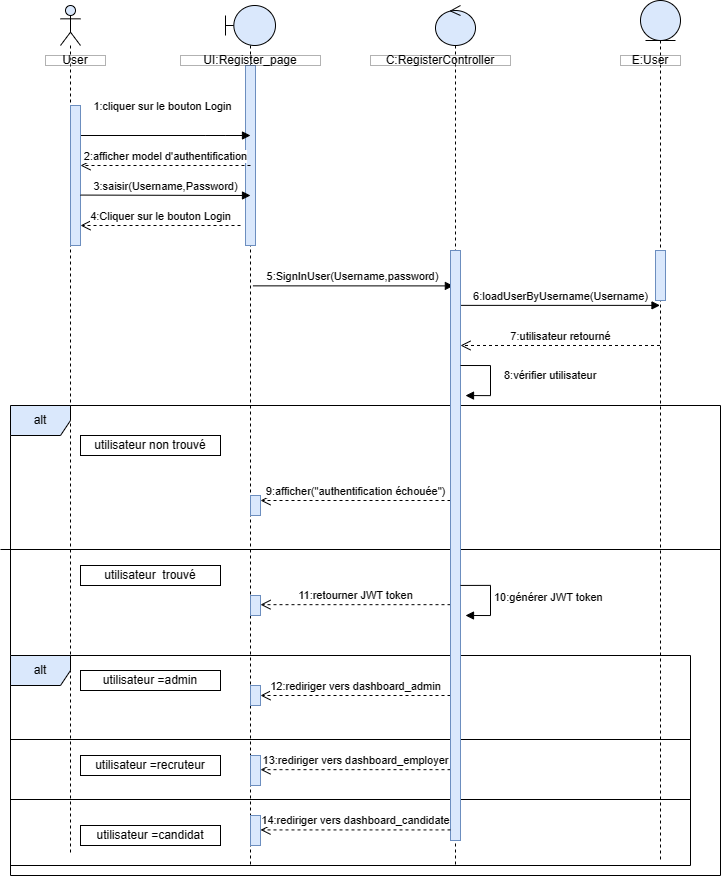
This is Diagramme sequence inscription.drawio.png from chirine1/-project, a draw.io export, as it was before one commit. Source tidied: cells renumbered, new cells last; positions are measured from the earlier drawing's top-left corner, leaving out a move shared by most shapes.
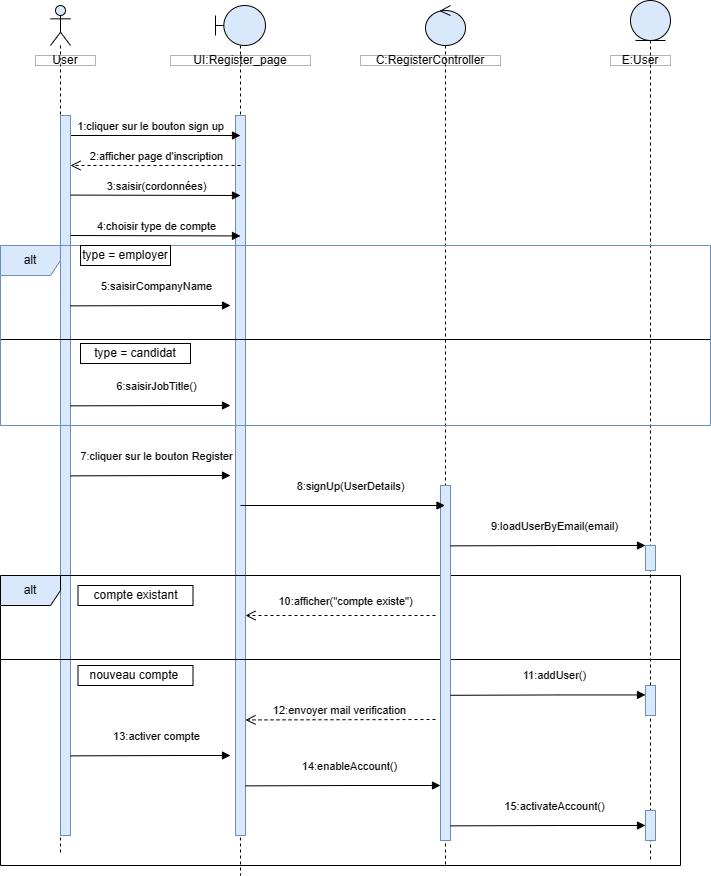
Later version of the same file.

Commit message:
Mettre à jour Diagramme sequence inscription.drawio.png

The edit, as a diff of the source:
```diff
@@ -3,25 +3,28 @@
     <mxCell id="0" />
     <mxCell id="1" parent="0" />
     <mxCell id="2" style="shape=umlLifeline;perimeter=lifelinePerimeter;whiteSpace=wrap;html=1;outlineConnect=0;portConstraint=eastwest;newEdgeStyle={&quot;curved&quot;:0,&quot;rounded&quot;:0};participant=umlBoundary;fillColor=#dae8fc;strokeColor=default;" parent="1" vertex="1">
-      <mxGeometry x="225" y="5" width="50" height="860" as="geometry" />
+      <mxGeometry x="225" y="5" width="50" height="870" as="geometry" />
     </mxCell>
     <mxCell id="3" style="html=1;perimeter=orthogonalPerimeter;targetShapes=umlLifeline;newEdgeStyle={&quot;curved&quot;:0,&quot;rounded&quot;:0};fillColor=#dae8fc;strokeColor=#6c8ebf;" parent="2" vertex="1">
-      <mxGeometry x="20" y="60" width="10" height="180" as="geometry" />
+      <mxGeometry x="20" y="110" width="10" height="720" as="geometry" />
     </mxCell>
     <mxCell id="4" style="shape=umlLifeline;perimeter=lifelinePerimeter;whiteSpace=wrap;html=1;outlineConnect=0;portConstraint=eastwest;newEdgeStyle={&quot;curved&quot;:0,&quot;rounded&quot;:0};participant=umlEntity;fillColor=#dae8fc;strokeColor=default;" parent="1" vertex="1">
       <mxGeometry x="640" width="40" height="860" as="geometry" />
     </mxCell>
-    <mxCell id="5" style="html=1;perimeter=orthogonalPerimeter;targetShapes=umlLifeline;newEdgeStyle={&quot;curved&quot;:0,&quot;rounded&quot;:0};fillColor=#dae8fc;strokeColor=#6c8ebf;" parent="4" vertex="1">
-      <mxGeometry x="15" y="250" width="10" height="50" as="geometry" />
-    </mxCell>
+    <mxCell id="44" style="html=1;perimeter=orthogonalPerimeter;targetShapes=umlLifeline;newEdgeStyle={&quot;curved&quot;:0,&quot;rounded&quot;:0};fillColor=#dae8fc;strokeColor=#6c8ebf;" parent="4" vertex="1">
+      <mxGeometry x="15" y="545" width="10" height="25" as="geometry" />
+    </mxCell>
+    <mxCell id="27" style="html=1;perimeter=orthogonalPerimeter;targetShapes=umlLifeline;newEdgeStyle={&quot;curved&quot;:0,&quot;rounded&quot;:0};fillColor=#dae8fc;strokeColor=#6c8ebf;" parent="4" vertex="1">
+      <mxGeometry x="15" y="685" width="10" height="30" as="geometry" />
+    </mxCell>
     <mxCell id="6" style="shape=umlLifeline;perimeter=lifelinePerimeter;whiteSpace=wrap;html=1;outlineConnect=0;portConstraint=eastwest;newEdgeStyle={&quot;curved&quot;:0,&quot;rounded&quot;:0};participant=umlControl;fillColor=#dae8fc;strokeColor=default;" parent="1" vertex="1">
       <mxGeometry x="435" y="5" width="40" height="860" as="geometry" />
     </mxCell>
     <mxCell id="7" style="shape=umlLifeline;perimeter=lifelinePerimeter;whiteSpace=wrap;html=1;newEdgeStyle={&quot;curved&quot;:0,&quot;rounded&quot;:0};participant=umlActor;fillColor=#dae8fc;strokeColor=default;" parent="1" vertex="1">
       <mxGeometry x="60" y="5" width="20" height="850" as="geometry" />
     </mxCell>
-    <mxCell id="8" value="1:cliquer sur le bouton Login" style="html=1;verticalAlign=bottom;endArrow=block;curved=0;rounded=0;" parent="1" edge="1">
-      <mxGeometry x="-0.03" y="20" relative="1" as="geometry">
+    <mxCell id="8" value="1:cliquer sur le bouton sign up" style="html=1;verticalAlign=bottom;endArrow=block;curved=0;rounded=0;" parent="1" edge="1">
+      <mxGeometry x="-0.06" relative="1" as="geometry">
         <mxPoint x="80" y="135" as="sourcePoint" />
         <mxPoint x="250" y="135" as="targetPoint" />
         <Array as="points">
@@ -31,55 +34,43 @@
       </mxGeometry>
     </mxCell>
     <mxCell id="9" style="html=1;perimeter=orthogonalPerimeter;targetShapes=umlLifeline;newEdgeStyle={&quot;curved&quot;:0,&quot;rounded&quot;:0};fillColor=#dae8fc;strokeColor=#6c8ebf;" parent="1" vertex="1">
-      <mxGeometry x="70" y="105" width="10" height="140" as="geometry" />
+      <mxGeometry x="70" y="115" width="10" height="720" as="geometry" />
     </mxCell>
-    <mxCell id="10" value="2:afficher model d'authentification" style="html=1;verticalAlign=bottom;endArrow=open;dashed=1;endSize=8;curved=0;rounded=0;" parent="1" edge="1">
+    <mxCell id="10" value="2:afficher page d'inscription" style="html=1;verticalAlign=bottom;endArrow=open;dashed=1;endSize=8;curved=0;rounded=0;" parent="1" edge="1">
       <mxGeometry relative="1" as="geometry">
         <mxPoint x="250" y="165" as="sourcePoint" />
         <mxPoint x="80" y="165" as="targetPoint" />
       </mxGeometry>
     </mxCell>
-    <mxCell id="11" value="3:saisir(Username,Password)" style="html=1;verticalAlign=bottom;endArrow=block;curved=0;rounded=0;" parent="1" edge="1">
+    <mxCell id="11" value="3:saisir(cordonnées)" style="html=1;verticalAlign=bottom;endArrow=block;curved=0;rounded=0;" parent="1" edge="1">
       <mxGeometry relative="1" as="geometry">
         <mxPoint x="80" y="194.6" as="sourcePoint" />
         <mxPoint x="250" y="195" as="targetPoint" />
       </mxGeometry>
     </mxCell>
-    <mxCell id="12" value="4:Cliquer sur le bouton Login" style="html=1;verticalAlign=bottom;endArrow=open;dashed=1;endSize=8;curved=0;rounded=0;" parent="1" edge="1">
-      <mxGeometry relative="1" as="geometry">
-        <mxPoint x="240" y="225" as="sourcePoint" />
-        <mxPoint x="80" y="225" as="targetPoint" />
-      </mxGeometry>
-    </mxCell>
-    <mxCell id="13" value="6:loadUserByUsername(Username)" style="html=1;verticalAlign=bottom;endArrow=block;curved=0;rounded=0;exitX=1;exitY=0.093;exitDx=0;exitDy=0;exitPerimeter=0;" parent="1" edge="1" source="40" target="4">
-      <mxGeometry relative="1" as="geometry" />
-    </mxCell>
-    <mxCell id="14" value="7:utilisateur retourné" style="html=1;verticalAlign=bottom;endArrow=open;dashed=1;endSize=8;curved=0;rounded=0;entryX=1;entryY=0.161;entryDx=0;entryDy=0;entryPerimeter=0;" parent="1" edge="1" source="4" target="40">
-      <mxGeometry relative="1" as="geometry" />
-    </mxCell>
-    <mxCell id="15" value="alt" style="shape=umlFrame;whiteSpace=wrap;html=1;fillColor=#dae8fc;strokeColor=default;" parent="1" vertex="1">
-      <mxGeometry x="10" y="405" width="710" height="470" as="geometry" />
-    </mxCell>
-    <mxCell id="16" value="9:afficher(&quot;authentification échouée&quot;)" style="html=1;verticalAlign=bottom;endArrow=open;dashed=1;endSize=8;curved=0;rounded=0;entryX=1;entryY=0;entryDx=0;entryDy=5;entryPerimeter=0;" parent="1" edge="1" source="40" target="17">
-      <mxGeometry relative="1" as="geometry" />
+    <mxCell id="16" value="10:afficher(&quot;compte existe&quot;)" style="html=1;verticalAlign=bottom;endArrow=open;dashed=1;endSize=8;curved=0;rounded=0;entryX=1;entryY=0;entryDx=0;entryDy=5;entryPerimeter=0;" parent="1" edge="1">
+      <mxGeometry x="-0.05" y="-5" relative="1" as="geometry">
+        <mxPoint x="445" y="615" as="sourcePoint" />
+        <mxPoint x="255" y="615" as="targetPoint" />
+      </mxGeometry>
     </mxCell>
-    <mxCell id="17" style="html=1;points=[[0,0,0,0,5],[0,1,0,0,-5],[1,0,0,0,5],[1,1,0,0,-5]];perimeter=orthogonalPerimeter;outlineConnect=0;targetShapes=umlLifeline;portConstraint=eastwest;newEdgeStyle={&quot;curved&quot;:0,&quot;rounded&quot;:0};fillColor=#dae8fc;strokeColor=#6c8ebf;" parent="1" vertex="1">
-      <mxGeometry x="250" y="495" width="10" height="20" as="geometry" />
-    </mxCell>
     <mxCell id="18" value="alt" style="shape=umlFrame;whiteSpace=wrap;html=1;fillColor=#dae8fc;strokeColor=default;" parent="1" vertex="1">
-      <mxGeometry x="10" y="655" width="680" height="210" as="geometry" />
+      <mxGeometry x="10" y="575" width="680" height="290" as="geometry" />
     </mxCell>
     <mxCell id="19" style="line;strokeWidth=1;fillColor=none;align=left;verticalAlign=middle;spacingTop=-1;spacingLeft=3;spacingRight=3;labelPosition=right;strokeColor=inherit;" parent="1" vertex="1">
-      <mxGeometry y="545" width="720" height="8" as="geometry" />
+      <mxGeometry x="10" y="335" width="710" height="8" as="geometry" />
     </mxCell>
     <mxCell id="20" style="line;strokeWidth=1;fillColor=none;align=left;verticalAlign=middle;spacingTop=-1;spacingLeft=3;spacingRight=3;labelPosition=right;strokeColor=inherit;" parent="1" vertex="1">
-      <mxGeometry x="10" y="735" width="680" height="8" as="geometry" />
+      <mxGeometry x="10" y="575" width="680" height="168" as="geometry" />
     </mxCell>
-    <mxCell id="21" style="line;strokeWidth=1;fillColor=none;align=left;verticalAlign=middle;spacingTop=-1;spacingLeft=3;spacingRight=3;labelPosition=right;strokeColor=inherit;" parent="1" vertex="1">
-      <mxGeometry x="10" y="795" width="680" height="8" as="geometry" />
-    </mxCell>
-    <mxCell id="22" value="5:SignInUser(Username,password)" style="html=1;verticalAlign=bottom;endArrow=block;curved=0;rounded=0;exitX=0.548;exitY=0.326;exitDx=0;exitDy=0;exitPerimeter=0;entryX=0.288;entryY=0.06;entryDx=0;entryDy=0;entryPerimeter=0;" parent="1" edge="1" source="2" target="40">
-      <mxGeometry relative="1" as="geometry" />
+    <mxCell id="22" value="5:saisirCompanyName" style="html=1;verticalAlign=bottom;endArrow=block;curved=0;rounded=0;exitX=0.548;exitY=0.326;exitDx=0;exitDy=0;exitPerimeter=0;" parent="1" edge="1">
+      <mxGeometry x="0.07" y="10" relative="1" as="geometry">
+        <mxPoint x="80" y="305.4" as="sourcePoint" />
+        <mxPoint x="240" y="305" as="targetPoint" />
+        <Array as="points">
+          <mxPoint x="187.6" y="305" />
+        </Array>
+      </mxGeometry>
     </mxCell>
     <mxCell id="23" style="html=1;verticalAlign=bottom;endArrow=open;dashed=1;endSize=8;curved=0;rounded=0;entryX=1;entryY=0;entryDx=0;entryDy=5;entryPerimeter=0;" parent="1" edge="1">
       <mxGeometry relative="1" as="geometry">
@@ -87,31 +78,12 @@
         <mxPoint x="260" y="625" as="targetPoint" />
       </mxGeometry>
     </mxCell>
-    <mxCell id="24" style="html=1;perimeter=orthogonalPerimeter;targetShapes=umlLifeline;newEdgeStyle={&quot;curved&quot;:0,&quot;rounded&quot;:0};fillColor=#dae8fc;strokeColor=#6c8ebf;" parent="1" vertex="1">
-      <mxGeometry x="250" y="595" width="10" height="20" as="geometry" />
-    </mxCell>
-    <mxCell id="25" value="11:retourner JWT token" style="html=1;verticalAlign=bottom;endArrow=open;dashed=1;endSize=8;curved=0;rounded=0;" parent="1" edge="1" source="40">
-      <mxGeometry relative="1" as="geometry">
-        <mxPoint x="260" y="604.2" as="targetPoint" />
-      </mxGeometry>
-    </mxCell>
-    <mxCell id="26" style="html=1;points=[[0,0,0,0,5],[0,1,0,0,-5],[1,0,0,0,5],[1,1,0,0,-5]];perimeter=orthogonalPerimeter;outlineConnect=0;targetShapes=umlLifeline;portConstraint=eastwest;newEdgeStyle={&quot;curved&quot;:0,&quot;rounded&quot;:0};fillColor=#dae8fc;strokeColor=#6c8ebf;" parent="1" vertex="1">
-      <mxGeometry x="250" y="685" width="10" height="20" as="geometry" />
-    </mxCell>
-    <mxCell id="27" style="html=1;perimeter=orthogonalPerimeter;targetShapes=umlLifeline;newEdgeStyle={&quot;curved&quot;:0,&quot;rounded&quot;:0};fillColor=#dae8fc;strokeColor=#6c8ebf;" parent="1" vertex="1">
-      <mxGeometry x="250" y="755" width="10" height="30" as="geometry" />
-    </mxCell>
-    <mxCell id="28" style="html=1;perimeter=orthogonalPerimeter;targetShapes=umlLifeline;newEdgeStyle={&quot;curved&quot;:0,&quot;rounded&quot;:0};fillColor=#dae8fc;strokeColor=#6c8ebf;" parent="1" vertex="1">
-      <mxGeometry x="250" y="815" width="10" height="30" as="geometry" />
-    </mxCell>
-    <mxCell id="29" value="12:rediriger vers dashboard_admin" style="html=1;verticalAlign=bottom;endArrow=open;dashed=1;endSize=8;curved=0;rounded=0;entryX=1;entryY=0.5;entryDx=0;entryDy=0;entryPerimeter=0;" parent="1" edge="1" source="40" target="26">
-      <mxGeometry relative="1" as="geometry" />
+    <mxCell id="29" value="12:envoyer mail verification" style="html=1;verticalAlign=bottom;endArrow=open;dashed=1;endSize=8;curved=0;rounded=0;entryX=1;entryY=0.5;entryDx=0;entryDy=0;entryPerimeter=0;" parent="1" edge="1">
+      <mxGeometry relative="1" as="geometry">
+        <mxPoint x="445" y="719" as="sourcePoint" />
+        <mxPoint x="255" y="719.4" as="targetPoint" />
+      </mxGeometry>
     </mxCell>
-    <mxCell id="30" value="13:rediriger vers dashboard_employer" style="html=1;verticalAlign=bottom;endArrow=open;dashed=1;endSize=8;curved=0;rounded=0;" parent="1" edge="1" source="40">
-      <mxGeometry relative="1" as="geometry">
-        <mxPoint x="260" y="769.2" as="targetPoint" />
-      </mxGeometry>
-    </mxCell>
     <mxCell id="31" value="User" style="html=1;whiteSpace=wrap;opacity=30;gradientColor=none;fillColor=default;fillStyle=auto;rounded=0;" parent="1" vertex="1">
       <mxGeometry x="45" y="55" width="60" height="10" as="geometry" />
     </mxCell>
@@ -124,46 +96,103 @@
     <mxCell id="34" value="E:User" style="html=1;whiteSpace=wrap;opacity=30;gradientColor=none;fillColor=default;fillStyle=auto;rounded=0;" parent="1" vertex="1">
       <mxGeometry x="620" y="55" width="60" height="10" as="geometry" />
     </mxCell>
-    <mxCell id="35" value="utilisateur non trouvé" style="html=1;whiteSpace=wrap;gradientColor=none;fillColor=default;fillStyle=auto;rounded=0;" parent="1" vertex="1">
-      <mxGeometry x="80" y="435" width="140" height="20" as="geometry" />
+    <mxCell id="35" value="type = candidat" style="html=1;whiteSpace=wrap;gradientColor=none;fillColor=default;fillStyle=auto;rounded=0;" parent="1" vertex="1">
+      <mxGeometry x="90" y="343" width="110" height="20" as="geometry" />
     </mxCell>
-    <mxCell id="36" value="utilisateur&amp;nbsp; trouvé" style="html=1;whiteSpace=wrap;gradientColor=none;fillColor=default;fillStyle=auto;rounded=0;" parent="1" vertex="1">
-      <mxGeometry x="80" y="565" width="140" height="20" as="geometry" />
+    <mxCell id="36" value="compte existant" style="html=1;whiteSpace=wrap;gradientColor=none;fillColor=default;fillStyle=auto;rounded=0;" parent="1" vertex="1">
+      <mxGeometry x="87.5" y="585" width="115" height="20" as="geometry" />
     </mxCell>
-    <mxCell id="37" value="utilisateur =candidat" style="html=1;whiteSpace=wrap;gradientColor=none;fillColor=default;fillStyle=auto;rounded=0;" parent="1" vertex="1">
-      <mxGeometry x="80" y="825" width="140" height="20" as="geometry" />
-    </mxCell>
-    <mxCell id="38" value="utilisateur =recruteur" style="html=1;whiteSpace=wrap;gradientColor=none;fillColor=default;fillStyle=auto;rounded=0;" parent="1" vertex="1">
-      <mxGeometry x="80" y="755" width="140" height="20" as="geometry" />
-    </mxCell>
-    <mxCell id="39" value="utilisateur =admin" style="html=1;whiteSpace=wrap;gradientColor=none;fillColor=default;fillStyle=auto;rounded=0;" parent="1" vertex="1">
-      <mxGeometry x="80" y="670" width="140" height="20" as="geometry" />
-    </mxCell>
     <mxCell id="40" style="html=1;points=[[0,0,0,0,5],[0,1,0,0,-5],[1,0,0,0,5],[1,1,0,0,-5]];perimeter=orthogonalPerimeter;outlineConnect=0;targetShapes=umlLifeline;portConstraint=eastwest;newEdgeStyle={&quot;curved&quot;:0,&quot;rounded&quot;:0};fillColor=#dae8fc;strokeColor=#6c8ebf;" parent="1" vertex="1">
-      <mxGeometry x="450" y="250" width="10" height="590" as="geometry" />
+      <mxGeometry x="450" y="485" width="10" height="355" as="geometry" />
     </mxCell>
-    <mxCell id="41" value="14:rediriger vers dashboard_candidate" style="html=1;verticalAlign=bottom;endArrow=open;dashed=1;endSize=8;curved=0;rounded=0;" parent="1" edge="1" source="40">
-      <mxGeometry relative="1" as="geometry">
-        <mxPoint x="260" y="829.4" as="targetPoint" />
-      </mxGeometry>
-    </mxCell>
-    <mxCell id="42" value="10:générer JWT token" style="html=1;align=left;spacingLeft=2;endArrow=block;rounded=0;edgeStyle=orthogonalEdgeStyle;curved=0;rounded=0;" parent="1" edge="1">
-      <mxGeometry relative="1" as="geometry">
-        <mxPoint x="460" y="584.9" as="sourcePoint" />
-        <mxPoint x="465" y="615" as="targetPoint" />
-        <Array as="points">
-          <mxPoint x="490" y="614.9" />
-        </Array>
-      </mxGeometry>
-    </mxCell>
-    <mxCell id="43" value="8:vérifier utilisateur" style="html=1;align=left;spacingLeft=2;endArrow=block;rounded=0;edgeStyle=orthogonalEdgeStyle;curved=0;rounded=0;" parent="1" edge="1">
-      <mxGeometry x="-0.06" y="10" relative="1" as="geometry">
-        <mxPoint x="460" y="365" as="sourcePoint" />
-        <mxPoint x="465" y="395.1" as="targetPoint" />
-        <Array as="points">
-          <mxPoint x="490" y="395" />
-        </Array>
-      </mxGeometry>
-    </mxCell>
+    <mxCell id="45" value="4:choisir type de compte" style="html=1;verticalAlign=bottom;endArrow=block;curved=0;rounded=0;" parent="1" edge="1">
+      <mxGeometry relative="1" as="geometry">
+        <mxPoint x="80" y="235" as="sourcePoint" />
+        <mxPoint x="250" y="235.4" as="targetPoint" />
+      </mxGeometry>
+    </mxCell>
+    <mxCell id="15" value="alt" style="shape=umlFrame;whiteSpace=wrap;html=1;fillColor=#dae8fc;strokeColor=#6c8ebf;" parent="1" vertex="1">
+      <mxGeometry x="10" y="245" width="710" height="180" as="geometry" />
+    </mxCell>
+    <mxCell id="46" value="type = employer" style="html=1;whiteSpace=wrap;" parent="1" vertex="1">
+      <mxGeometry x="90" y="245" width="90" height="20" as="geometry" />
+    </mxCell>
+    <mxCell id="47" value="6:saisirJobTitle()" style="html=1;verticalAlign=bottom;endArrow=block;curved=0;rounded=0;exitX=0.548;exitY=0.326;exitDx=0;exitDy=0;exitPerimeter=0;" parent="1" edge="1">
+      <mxGeometry x="0.07" y="10" relative="1" as="geometry">
+        <mxPoint x="80" y="405.4" as="sourcePoint" />
+        <mxPoint x="240" y="405" as="targetPoint" />
+        <Array as="points">
+          <mxPoint x="187.6" y="405" />
+        </Array>
+      </mxGeometry>
+    </mxCell>
+    <mxCell id="48" value="7:cliquer sur le bouton Register" style="html=1;verticalAlign=bottom;endArrow=block;curved=0;rounded=0;exitX=0.548;exitY=0.326;exitDx=0;exitDy=0;exitPerimeter=0;" parent="1" edge="1">
+      <mxGeometry x="0.07" y="10" relative="1" as="geometry">
+        <mxPoint x="80" y="475.4" as="sourcePoint" />
+        <mxPoint x="240" y="475" as="targetPoint" />
+        <Array as="points">
+          <mxPoint x="187.6" y="475" />
+        </Array>
+      </mxGeometry>
+    </mxCell>
+    <mxCell id="49" value="8:signUp(UserDetails)" style="html=1;verticalAlign=bottom;endArrow=block;curved=0;rounded=0;" parent="1" edge="1" target="6">
+      <mxGeometry x="0.07" y="10" relative="1" as="geometry">
+        <mxPoint x="250" y="505" as="sourcePoint" />
+        <Array as="points">
+          <mxPoint x="367.6" y="505" />
+        </Array>
+      </mxGeometry>
+    </mxCell>
+    <mxCell id="50" value="9:loadUserByEmail(email)" style="html=1;verticalAlign=bottom;endArrow=block;curved=0;rounded=0;exitX=0.548;exitY=0.326;exitDx=0;exitDy=0;exitPerimeter=0;" parent="1" edge="1">
+      <mxGeometry x="0.07" y="10" relative="1" as="geometry">
+        <mxPoint x="460" y="545.4" as="sourcePoint" />
+        <mxPoint x="655" y="545" as="targetPoint" />
+        <Array as="points">
+          <mxPoint x="567.6" y="545" />
+        </Array>
+      </mxGeometry>
+    </mxCell>
+    <mxCell id="51" value="11:addUser()" style="html=1;verticalAlign=bottom;endArrow=block;curved=0;rounded=0;exitX=0.548;exitY=0.326;exitDx=0;exitDy=0;exitPerimeter=0;" parent="1" edge="1">
+      <mxGeometry x="0.07" y="10" relative="1" as="geometry">
+        <mxPoint x="460" y="694.8" as="sourcePoint" />
+        <mxPoint x="655" y="694.4" as="targetPoint" />
+        <Array as="points">
+          <mxPoint x="567.6" y="694.4" />
+        </Array>
+      </mxGeometry>
+    </mxCell>
+    <mxCell id="52" value="nouveau compte&amp;nbsp;" style="html=1;whiteSpace=wrap;gradientColor=none;fillColor=default;fillStyle=auto;rounded=0;" parent="1" vertex="1">
+      <mxGeometry x="87.5" y="665" width="115" height="20" as="geometry" />
+    </mxCell>
+    <mxCell id="53" value="13:activer compte" style="html=1;verticalAlign=bottom;endArrow=block;curved=0;rounded=0;exitX=0.548;exitY=0.326;exitDx=0;exitDy=0;exitPerimeter=0;" parent="1" edge="1">
+      <mxGeometry x="0.07" y="10" relative="1" as="geometry">
+        <mxPoint x="80" y="755.4" as="sourcePoint" />
+        <mxPoint x="240" y="755" as="targetPoint" />
+        <Array as="points">
+          <mxPoint x="187.6" y="755" />
+        </Array>
+      </mxGeometry>
+    </mxCell>
+    <mxCell id="54" value="14:enableAccount()" style="html=1;verticalAlign=bottom;endArrow=block;curved=0;rounded=0;exitX=0.548;exitY=0.326;exitDx=0;exitDy=0;exitPerimeter=0;" parent="1" edge="1">
+      <mxGeometry x="0.07" y="10" relative="1" as="geometry">
+        <mxPoint x="255" y="785.4" as="sourcePoint" />
+        <mxPoint x="450" y="785" as="targetPoint" />
+        <Array as="points">
+          <mxPoint x="362.6" y="785" />
+        </Array>
+      </mxGeometry>
+    </mxCell>
+    <mxCell id="55" value="15:activateAccount()" style="html=1;verticalAlign=bottom;endArrow=block;curved=0;rounded=0;exitX=0.548;exitY=0.326;exitDx=0;exitDy=0;exitPerimeter=0;" parent="1" edge="1">
+      <mxGeometry x="0.07" y="10" relative="1" as="geometry">
+        <mxPoint x="460" y="825.4" as="sourcePoint" />
+        <mxPoint x="655" y="825" as="targetPoint" />
+        <Array as="points">
+          <mxPoint x="567.6" y="825" />
+        </Array>
+      </mxGeometry>
+    </mxCell>
+    <mxCell id="56" style="html=1;perimeter=orthogonalPerimeter;targetShapes=umlLifeline;newEdgeStyle={&quot;curved&quot;:0,&quot;rounded&quot;:0};fillColor=#dae8fc;strokeColor=#6c8ebf;" parent="1" vertex="1">
+      <mxGeometry x="655" y="810" width="10" height="30" as="geometry" />
+    </mxCell>
   </root>
 </mxGraphModel>
```
